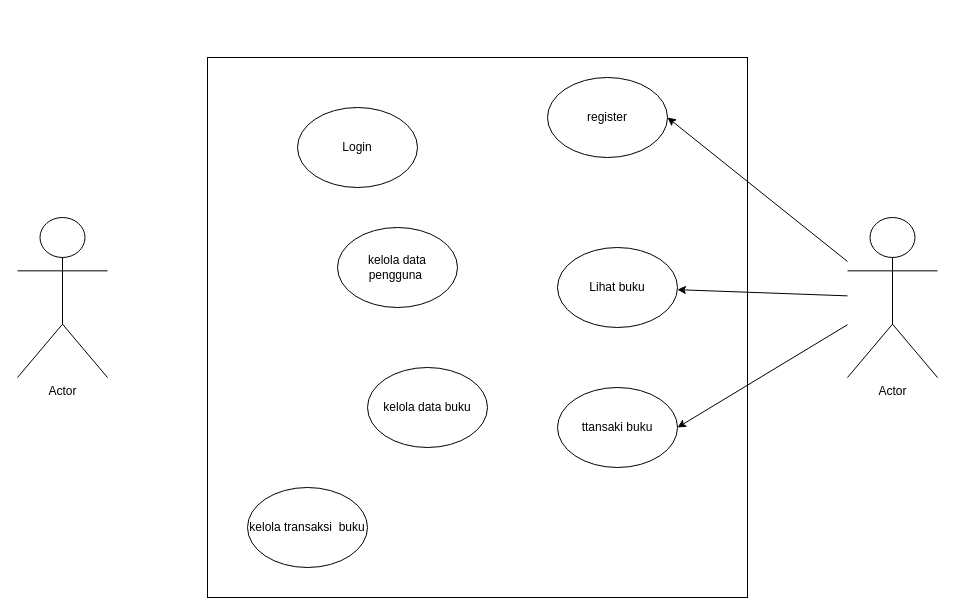
Above: PBO_UAS.drawio in ARK142/aaa (draw.io), before the change. Source tidied: cells renumbered, new cells numbered last; positions are measured from the earlier drawing's top-left corner, leaving out a move shared by most shapes. Both pictures are drawn from the tidied source at 100%, with x=0, y=0 at pixel (17, 57).
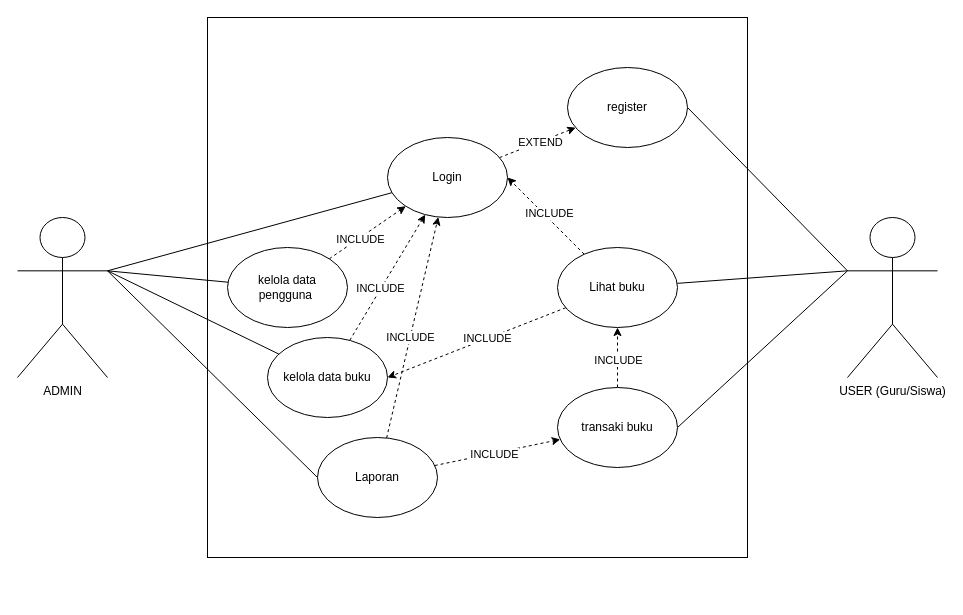
The same diagram, later.

The change refers to these unchanged cells:
```xml
<mxCell id="11" value="Lihat buku" style="ellipse;whiteSpace=wrap;html=1;" parent="1" vertex="1">
  <mxGeometry x="540" y="190" width="120" height="80" as="geometry" />
</mxCell>
```

What changed in the source:
```diff
@@
     <mxCell id="2" style="whiteSpace=wrap;html=1;" parent="1" vertex="1">
-      <mxGeometry x="190" width="540" height="540" as="geometry" />
+      <mxGeometry x="190" y="-40" width="540" height="540" as="geometry" />
     </mxCell>
-    <mxCell id="3" style="rounded=0;jettySize=auto;html=1;entryX=1;entryY=0.5;entryDx=0;entryDy=0;" parent="1" edge="1" source="6" target="9">
+    <mxCell id="3" style="rounded=0;jettySize=auto;html=1;entryX=1;entryY=0.5;entryDx=0;entryDy=0;endArrow=none;endFill=0;exitX=0;exitY=0.3333333333333333;exitDx=0;exitDy=0;exitPerimeter=0;" parent="1" edge="1" source="6" target="9">
       <mxGeometry relative="1" as="geometry" />
     </mxCell>
-    <mxCell id="4" style="rounded=0;jettySize=auto;html=1;" parent="1" edge="1" source="6" target="11">
+    <mxCell id="4" style="rounded=0;jettySize=auto;html=1;endArrow=none;endFill=0;exitX=0;exitY=0.3333333333333333;exitDx=0;exitDy=0;exitPerimeter=0;" parent="1" edge="1" source="6" target="11">
       <mxGeometry relative="1" as="geometry" />
     </mxCell>
-    <mxCell id="5" style="rounded=0;jettySize=auto;html=1;entryX=1;entryY=0.5;entryDx=0;entryDy=0;" parent="1" edge="1" source="6" target="14">
+    <mxCell id="5" style="rounded=0;jettySize=auto;html=1;entryX=1;entryY=0.5;entryDx=0;entryDy=0;endArrow=none;endFill=0;exitX=0;exitY=0.3333333333333333;exitDx=0;exitDy=0;exitPerimeter=0;" parent="1" edge="1" source="6" target="14">
       <mxGeometry relative="1" as="geometry" />
     </mxCell>
-    <mxCell id="6" value="Actor" style="shape=umlActor;verticalLabelPosition=bottom;verticalAlign=top;html=1;outlineConnect=0;" parent="1" vertex="1">
+    <mxCell id="6" value="USER (Guru/Siswa)" style="shape=umlActor;verticalLabelPosition=bottom;verticalAlign=top;html=1;outlineConnect=0;" parent="1" vertex="1">
       <mxGeometry x="830" y="160" width="90" height="160" as="geometry" />
     </mxCell>
+    <mxCell id="15" style="rounded=0;jettySize=auto;html=1;endArrow=none;endFill=0;exitX=1;exitY=0.3333333333333333;exitDx=0;exitDy=0;exitPerimeter=0;" parent="1" edge="1" source="7" target="8">
+      <mxGeometry relative="1" as="geometry" />
+    </mxCell>
+    <mxCell id="16" style="rounded=0;jettySize=auto;html=1;endArrow=none;endFill=0;exitX=1;exitY=0.3333333333333333;exitDx=0;exitDy=0;exitPerimeter=0;" parent="1" edge="1" source="7" target="12">
+      <mxGeometry relative="1" as="geometry" />
+    </mxCell>
+    <mxCell id="17" style="rounded=0;jettySize=auto;html=1;endArrow=none;endFill=0;exitX=1;exitY=0.3333333333333333;exitDx=0;exitDy=0;exitPerimeter=0;" parent="1" edge="1" source="7" target="10">
+      <mxGeometry relative="1" as="geometry" />
+    </mxCell>
+    <mxCell id="18" style="rounded=0;jettySize=auto;html=1;entryX=0;entryY=0.5;entryDx=0;entryDy=0;endArrow=none;endFill=0;exitX=1;exitY=0.3333333333333333;exitDx=0;exitDy=0;exitPerimeter=0;" parent="1" edge="1" source="7" target="13">
+      <mxGeometry relative="1" as="geometry" />
+    </mxCell>
-    <mxCell id="7" value="Actor" style="shape=umlActor;verticalLabelPosition=bottom;verticalAlign=top;html=1;outlineConnect=0;" parent="1" vertex="1">
+    <mxCell id="7" value="ADMIN" style="shape=umlActor;verticalLabelPosition=bottom;verticalAlign=top;html=1;outlineConnect=0;" parent="1" vertex="1">
       <mxGeometry y="160" width="90" height="160" as="geometry" />
     </mxCell>
+    <mxCell id="19" style="rounded=0;jettySize=auto;html=1;dashed=1;" parent="1" edge="1" source="8" target="9">
+      <mxGeometry relative="1" as="geometry" />
+    </mxCell>
+    <mxCell id="20" value="EXTEND" style="edgeLabel;html=1;align=center;verticalAlign=middle;" parent="19" vertex="1">
+      <mxGeometry x="0.04" relative="1" as="geometry" />
+    </mxCell>
     <mxCell id="8" value="Login" style="ellipse;whiteSpace=wrap;html=1;" parent="1" vertex="1">
-      <mxGeometry x="280" y="50" width="120" height="80" as="geometry" />
+      <mxGeometry x="370" y="80" width="120" height="80" as="geometry" />
     </mxCell>
     <mxCell id="9" value="register" style="ellipse;whiteSpace=wrap;html=1;" parent="1" vertex="1">
-      <mxGeometry x="530" y="20" width="120" height="80" as="geometry" />
+      <mxGeometry x="550" y="10" width="120" height="80" as="geometry" />
     </mxCell>
+    <mxCell id="21" style="rounded=0;jettySize=auto;html=1;dashed=1;" parent="1" edge="1" source="10" target="8">
+      <mxGeometry relative="1" as="geometry" />
+    </mxCell>
+    <mxCell id="22" value="INCLUDE" style="edgeLabel;html=1;align=center;verticalAlign=middle;" parent="21" vertex="1">
+      <mxGeometry x="-0.17" y="1" relative="1" as="geometry" />
+    </mxCell>
     <mxCell id="10" value="kelola data buku" style="ellipse;whiteSpace=wrap;html=1;" parent="1" vertex="1">
-      <mxGeometry x="350" y="310" width="120" height="80" as="geometry" />
+      <mxGeometry x="250" y="280" width="120" height="80" as="geometry" />
     </mxCell>
+    <mxCell id="23" style="rounded=0;jettySize=auto;html=1;entryX=1;entryY=0.5;entryDx=0;entryDy=0;dashed=1;" parent="1" edge="1" source="11" target="8">
+      <mxGeometry relative="1" as="geometry" />
+    </mxCell>
+    <mxCell id="24" value="INCLUDE" style="edgeLabel;html=1;align=center;verticalAlign=middle;" parent="23" vertex="1">
+      <mxGeometry y="-4" relative="1" as="geometry" />
+    </mxCell>
+    <mxCell id="25" style="rounded=0;jettySize=auto;html=1;entryX=1;entryY=0.5;entryDx=0;entryDy=0;dashed=1;" parent="1" edge="1" source="11" target="10">
+      <mxGeometry relative="1" as="geometry" />
+    </mxCell>
+    <mxCell id="26" value="INCLUDE" style="edgeLabel;html=1;align=center;verticalAlign=middle;" parent="25" vertex="1">
+      <mxGeometry x="-0.13" relative="1" as="geometry">
+        <mxPoint x="-1" as="offset" />
+      </mxGeometry>
+    </mxCell>
@@
+    <mxCell id="27" style="rounded=0;jettySize=auto;html=1;dashed=1;" parent="1" edge="1" source="12" target="8">
+      <mxGeometry relative="1" as="geometry" />
+    </mxCell>
+    <mxCell id="28" value="INCLUDE" style="edgeLabel;html=1;align=center;verticalAlign=middle;" parent="27" vertex="1">
+      <mxGeometry x="-0.21" y="-1" relative="1" as="geometry" />
+    </mxCell>
     <mxCell id="12" value="kelola data pengguna&amp;nbsp;" style="ellipse;whiteSpace=wrap;html=1;" parent="1" vertex="1">
-      <mxGeometry x="320" y="170" width="120" height="80" as="geometry" />
+      <mxGeometry x="210" y="190" width="120" height="80" as="geometry" />
     </mxCell>
+    <mxCell id="29" style="rounded=0;jettySize=auto;html=1;dashed=1;" parent="1" edge="1" source="13" target="14">
+      <mxGeometry relative="1" as="geometry" />
+    </mxCell>
+    <mxCell id="30" value="INCLUDE" style="edgeLabel;html=1;align=center;verticalAlign=middle;" parent="29" vertex="1">
+      <mxGeometry x="-0.06" y="-1" relative="1" as="geometry" />
+    </mxCell>
+    <mxCell id="31" style="rounded=0;jettySize=auto;html=1;dashed=1;" parent="1" edge="1" source="13" target="8">
+      <mxGeometry relative="1" as="geometry" />
+    </mxCell>
+    <mxCell id="32" value="INCLUDE" style="edgeLabel;html=1;align=center;verticalAlign=middle;" parent="31" vertex="1">
+      <mxGeometry x="-0.08" relative="1" as="geometry" />
+    </mxCell>
-    <mxCell id="13" value="kelola transaksi&amp;nbsp; buku" style="ellipse;whiteSpace=wrap;html=1;" parent="1" vertex="1">
-      <mxGeometry x="230" y="430" width="120" height="80" as="geometry" />
+    <mxCell id="13" value="Laporan" style="ellipse;whiteSpace=wrap;html=1;" parent="1" vertex="1">
+      <mxGeometry x="300" y="380" width="120" height="80" as="geometry" />
     </mxCell>
+    <mxCell id="33" style="edgeStyle=orthogonalEdgeStyle;rounded=0;jettySize=auto;html=1;dashed=1;" parent="1" edge="1" source="14" target="11">
+      <mxGeometry relative="1" as="geometry" />
+    </mxCell>
+    <mxCell id="34" value="INCLUDE" style="edgeLabel;html=1;align=center;verticalAlign=middle;" parent="33" vertex="1">
+      <mxGeometry x="-0.07" relative="1" as="geometry" />
+    </mxCell>
-    <mxCell id="14" value="ttansaki buku" style="ellipse;whiteSpace=wrap;html=1;" parent="1" vertex="1">
+    <mxCell id="14" value="transaki buku" style="ellipse;whiteSpace=wrap;html=1;" parent="1" vertex="1">
       <mxGeometry x="540" y="330" width="120" height="80" as="geometry" />
     </mxCell>
```
